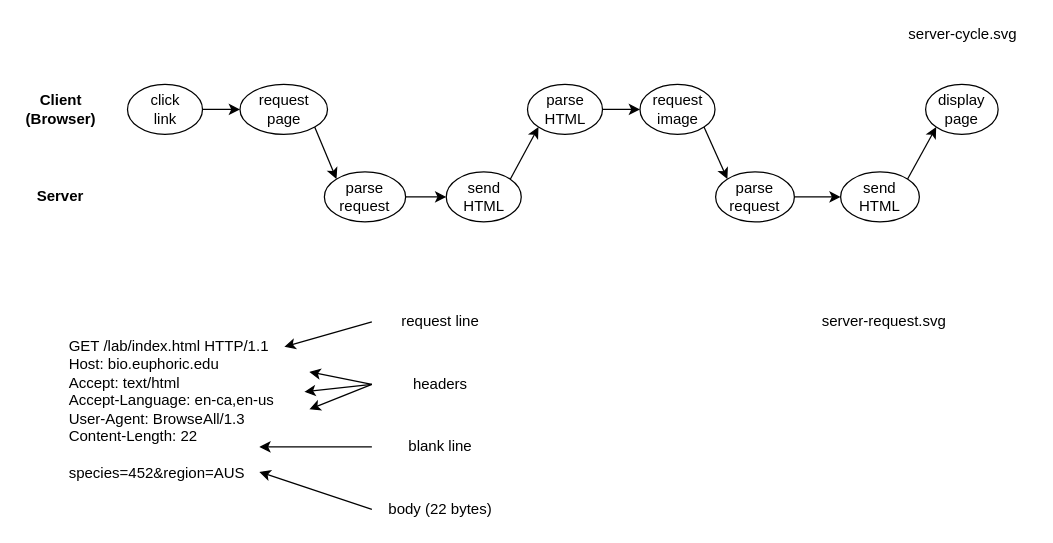
This is drawio/server.drawio from software-tools-books/js4ds, a draw.io file, before an edit. Source tidied: cells renumbered, new cells numbered last; positions are measured from the earlier drawing's top-left corner, leaving out a move shared by most shapes. Both pictures are drawn from the tidied source at 125%, with x=0, y=0 at pixel (20, 21).
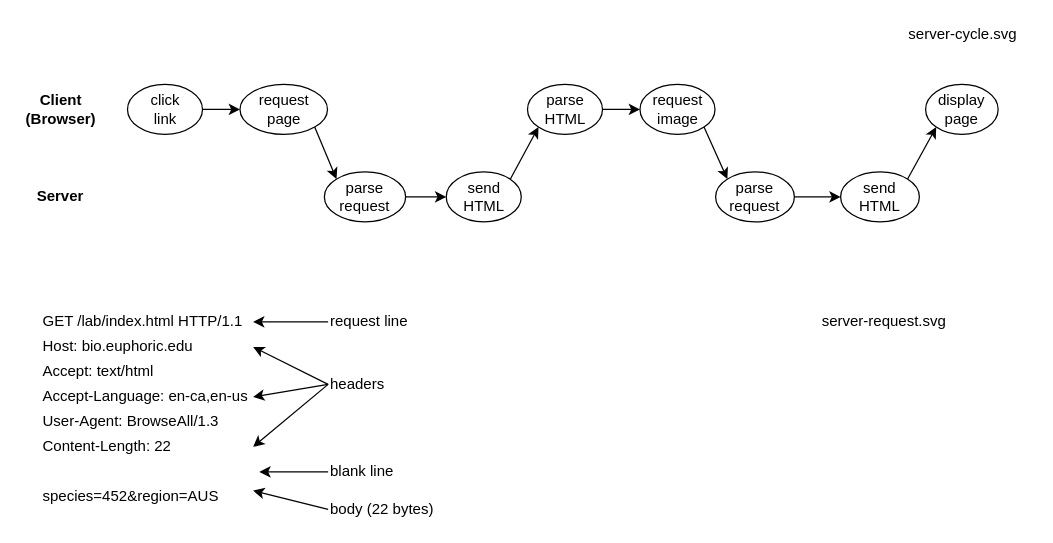
The same page after the edit.

Diff of the diagram source:
```diff
@@
-    <mxCell id="22" value="&lt;div style=&quot;text-align: left&quot;&gt;&lt;span&gt;GET /lab/index.html HTTP/1.1&lt;/span&gt;&lt;/div&gt;&lt;div style=&quot;text-align: left&quot;&gt;&lt;span&gt;Host: bio.euphoric.edu&lt;/span&gt;&lt;/div&gt;&lt;div style=&quot;text-align: left&quot;&gt;&lt;span&gt;Accept: text/html&lt;/span&gt;&lt;/div&gt;&lt;div style=&quot;text-align: left&quot;&gt;&lt;span&gt;Accept-Language: en-ca,en-us&lt;/span&gt;&lt;/div&gt;&lt;div style=&quot;text-align: left&quot;&gt;&lt;span&gt;User-Agent: BrowseAll/1.3&lt;/span&gt;&lt;/div&gt;&lt;div style=&quot;text-align: left&quot;&gt;&lt;span&gt;Content-Length: 22&lt;/span&gt;&lt;/div&gt;&lt;div style=&quot;text-align: left&quot;&gt;&lt;span&gt;&lt;br&gt;&lt;/span&gt;&lt;/div&gt;&lt;div style=&quot;text-align: left&quot;&gt;species=452&amp;amp;region=AUS&lt;/div&gt;" style="text;html=1;strokeColor=none;fillColor=none;align=center;verticalAlign=middle;whiteSpace=wrap;rounded=0;" parent="1" vertex="1">
-      <mxGeometry x="21" y="250" width="200" height="120" as="geometry" />
-    </mxCell>
-    <mxCell id="23" value="request line" style="text;html=1;strokeColor=none;fillColor=none;align=center;verticalAlign=middle;whiteSpace=wrap;rounded=0;" parent="1" vertex="1">
-      <mxGeometry x="281" y="230" width="110" height="20" as="geometry" />
+    <mxCell id="23" value="request line" style="text;html=1;strokeColor=none;fillColor=none;align=left;verticalAlign=middle;whiteSpace=wrap;rounded=0;" parent="1" vertex="1">
+      <mxGeometry x="246" y="230" width="81" height="20" as="geometry" />
     </mxCell>
-    <mxCell id="24" value="headers" style="text;html=1;strokeColor=none;fillColor=none;align=center;verticalAlign=middle;whiteSpace=wrap;rounded=0;" parent="1" vertex="1">
-      <mxGeometry x="281" y="280" width="110" height="20" as="geometry" />
+    <mxCell id="24" value="headers" style="text;html=1;strokeColor=none;fillColor=none;align=left;verticalAlign=middle;whiteSpace=wrap;rounded=0;" parent="1" vertex="1">
+      <mxGeometry x="246" y="280" width="81" height="20" as="geometry" />
     </mxCell>
-    <mxCell id="25" value="blank line" style="text;html=1;strokeColor=none;fillColor=none;align=center;verticalAlign=middle;whiteSpace=wrap;rounded=0;" parent="1" vertex="1">
-      <mxGeometry x="281" y="330" width="110" height="20" as="geometry" />
+    <mxCell id="25" value="blank line" style="text;html=1;strokeColor=none;fillColor=none;align=left;verticalAlign=middle;whiteSpace=wrap;rounded=0;" parent="1" vertex="1">
+      <mxGeometry x="246" y="350" width="91" height="20" as="geometry" />
     </mxCell>
-    <mxCell id="26" value="body (22 bytes)" style="text;html=1;strokeColor=none;fillColor=none;align=center;verticalAlign=middle;whiteSpace=wrap;rounded=0;" parent="1" vertex="1">
-      <mxGeometry x="281" y="380" width="110" height="20" as="geometry" />
+    <mxCell id="26" value="body (22 bytes)" style="text;html=1;strokeColor=none;fillColor=none;align=left;verticalAlign=middle;whiteSpace=wrap;rounded=0;" parent="1" vertex="1">
+      <mxGeometry x="246" y="380" width="91" height="20" as="geometry" />
     </mxCell>
-    <mxCell id="27" style="endArrow=classic;html=1;exitX=0;exitY=0.5;" parent="1" edge="1" source="23">
-      <mxGeometry relative="1" as="geometry">
-        <mxPoint x="211" y="260" as="targetPoint" />
-      </mxGeometry>
+    <mxCell id="27" style="endArrow=classic;html=1;exitX=0;exitY=0.5;entryX=1;entryY=0.5;entryDx=0;entryDy=0;" parent="1" edge="1" source="23" target="35">
+      <mxGeometry relative="1" as="geometry" />
     </mxCell>
-    <mxCell id="28" style="endArrow=classic;html=1;exitX=0;exitY=0.5;entryX=1.03;entryY=0.383;entryPerimeter=0;" parent="1" edge="1" source="24" target="22">
+    <mxCell id="28" style="endArrow=classic;html=1;exitX=0;exitY=0.5;entryX=1;entryY=0.5;entryDx=0;entryDy=0;" parent="1" edge="1" source="24" target="38">
       <mxGeometry relative="1" as="geometry" />
     </mxCell>
-    <mxCell id="29" style="endArrow=classic;html=1;exitX=0;exitY=0.5;entryX=0.85;entryY=0.75;entryPerimeter=0;" parent="1" edge="1" source="25" target="22">
-      <mxGeometry relative="1" as="geometry" />
+    <mxCell id="29" style="endArrow=classic;html=1;exitX=0;exitY=0.5;entryX=0.85;entryY=0.75;entryPerimeter=0;" parent="1" edge="1" source="25">
+      <mxGeometry relative="1" as="geometry">
+        <mxPoint x="191" y="360" as="targetPoint" />
+      </mxGeometry>
     </mxCell>
-    <mxCell id="30" style="endArrow=classic;html=1;exitX=0;exitY=0.5;entryX=0.85;entryY=0.917;entryPerimeter=0;" parent="1" edge="1" source="26" target="22">
+    <mxCell id="30" style="endArrow=classic;html=1;exitX=0;exitY=0.5;entryX=1;entryY=0.25;entryDx=0;entryDy=0;" parent="1" edge="1" source="26" target="41">
       <mxGeometry relative="1" as="geometry" />
     </mxCell>
-    <mxCell id="31" style="endArrow=classic;html=1;exitX=0;exitY=0.5;" parent="1" edge="1" source="24">
-      <mxGeometry relative="1" as="geometry">
-        <mxPoint x="231" y="280" as="targetPoint" />
-      </mxGeometry>
+    <mxCell id="31" style="endArrow=classic;html=1;exitX=0;exitY=0.5;entryX=1;entryY=0.5;entryDx=0;entryDy=0;" parent="1" edge="1" source="24" target="36">
+      <mxGeometry relative="1" as="geometry" />
     </mxCell>
-    <mxCell id="32" style="endArrow=classic;html=1;exitX=0;exitY=0.5;" parent="1" edge="1" source="24">
-      <mxGeometry relative="1" as="geometry">
-        <mxPoint x="231" y="310" as="targetPoint" />
-      </mxGeometry>
+    <mxCell id="32" style="endArrow=classic;html=1;exitX=0;exitY=0.5;entryX=1;entryY=0.5;entryDx=0;entryDy=0;" parent="1" edge="1" source="24" target="40">
+      <mxGeometry relative="1" as="geometry" />
     </mxCell>
@@
+    <mxCell id="34" style="group;" parent="1" vertex="1">
+      <mxGeometry x="16" y="230" width="170" height="160" as="geometry" />
+    </mxCell>
+    <mxCell id="35" value="GET /lab/index.html HTTP/1.1" style="text;html=1;strokeColor=none;fillColor=none;align=left;verticalAlign=middle;whiteSpace=wrap;rounded=0;" parent="34" vertex="1">
+      <mxGeometry width="170" height="20" as="geometry" />
+    </mxCell>
+    <mxCell id="36" value="Host: bio.euphoric.edu" style="text;html=1;strokeColor=none;fillColor=none;align=left;verticalAlign=middle;whiteSpace=wrap;rounded=0;" parent="34" vertex="1">
+      <mxGeometry y="20" width="170" height="20" as="geometry" />
+    </mxCell>
+    <mxCell id="37" value="Accept: text/html" style="text;html=1;strokeColor=none;fillColor=none;align=left;verticalAlign=middle;whiteSpace=wrap;rounded=0;" parent="34" vertex="1">
+      <mxGeometry y="40" width="170" height="20" as="geometry" />
+    </mxCell>
+    <mxCell id="38" value="Accept-Language: en-ca,en-us" style="text;html=1;strokeColor=none;fillColor=none;align=left;verticalAlign=middle;whiteSpace=wrap;rounded=0;" parent="34" vertex="1">
+      <mxGeometry y="60" width="170" height="20" as="geometry" />
+    </mxCell>
+    <mxCell id="39" value="User-Agent: BrowseAll/1.3" style="text;html=1;strokeColor=none;fillColor=none;align=left;verticalAlign=middle;whiteSpace=wrap;rounded=0;" parent="34" vertex="1">
+      <mxGeometry y="80" width="170" height="20" as="geometry" />
+    </mxCell>
+    <mxCell id="40" value="Content-Length: 22" style="text;html=1;strokeColor=none;fillColor=none;align=left;verticalAlign=middle;whiteSpace=wrap;rounded=0;" parent="34" vertex="1">
+      <mxGeometry y="100" width="170" height="20" as="geometry" />
+    </mxCell>
+    <mxCell id="41" value="species=452&amp;amp;region=AUS" style="text;html=1;strokeColor=none;fillColor=none;align=left;verticalAlign=middle;whiteSpace=wrap;rounded=0;" parent="34" vertex="1">
+      <mxGeometry y="140" width="170" height="20" as="geometry" />
+    </mxCell>
```
